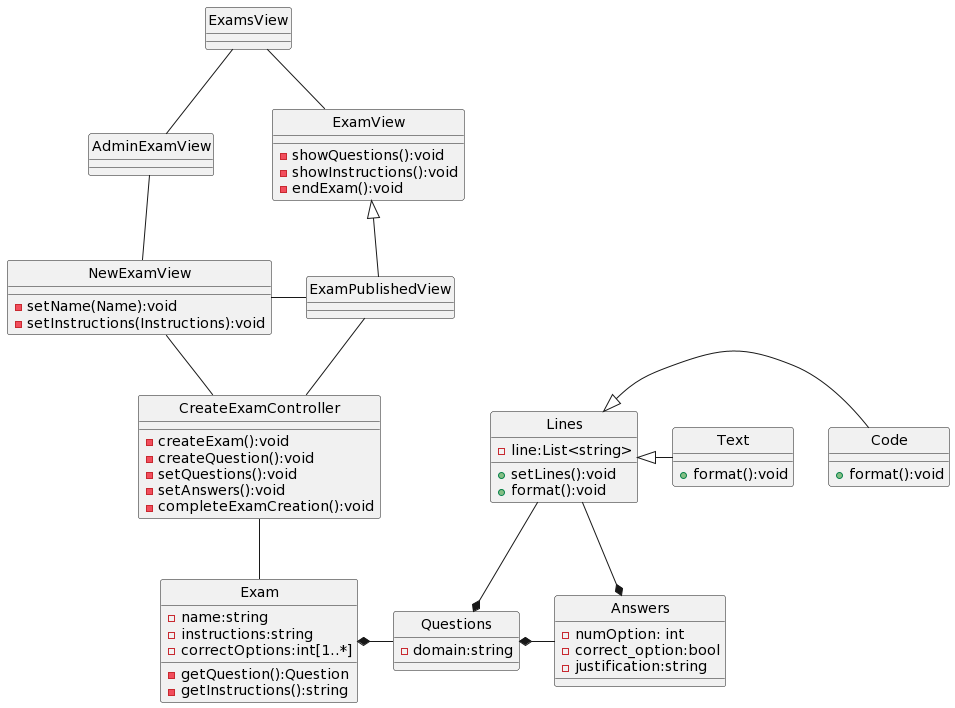
This is out/docs/logicalView/desingView/classDesign/Design-ClassDiagram/Design-ClassDiagram.png from TheSProyect/Proyecto-IS-Grupo-1, a PlantUML export, as it was before one commit.
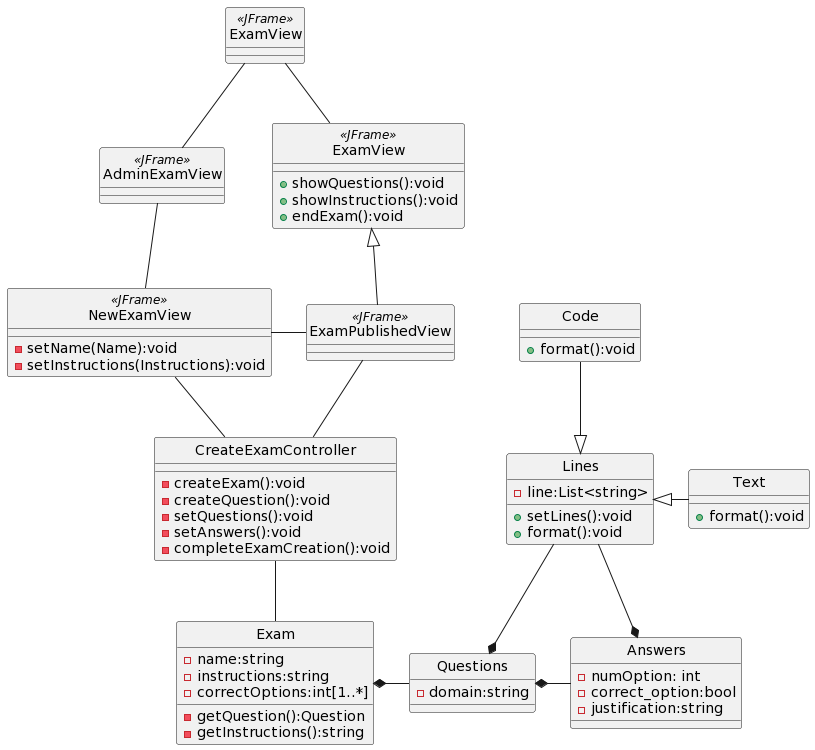
Later version of the same file.

Commit message:
Correccion Design-ClassDiagram

The edit, as a diff of the source:
```diff
@@ -1,24 +1,22 @@
 @startuml
 skinparam style strictuml
 
-class ExamsView {
-
+class ExamsView as "ExamView" <<JFrame>> {
+}
+class ExamView as "ExamView" <<JFrame>> {
+__
++showQuestions():void
++showInstructions():void
++endExam():void
 }
 
-class ExamView {
-__
--showQuestions():void
--showInstructions():void
--endExam():void
-}
-
-class NewExamView {
+class NewExamView as "NewExamView" <<JFrame>>{
 -setName(Name):void
 -setInstructions(Instructions):void
 }
 
-class ExamPublishedView
-class AdminExamView
+class ExamPublishedView as "ExamPublishedView" <<JFrame>>
+class AdminExamView as "AdminExamView" <<JFrame>>
 
 class CreateExamController{
 __
@@ -72,7 +70,7 @@
 AdminExamView -r- NewExamView
 Questions *-r- Answers
 Exam *-r- Questions
-Lines <|-r- Code
+Lines <|-u- Code
 Lines <|-r- Text
 Lines --* Answers
 Lines --* Questions
```
